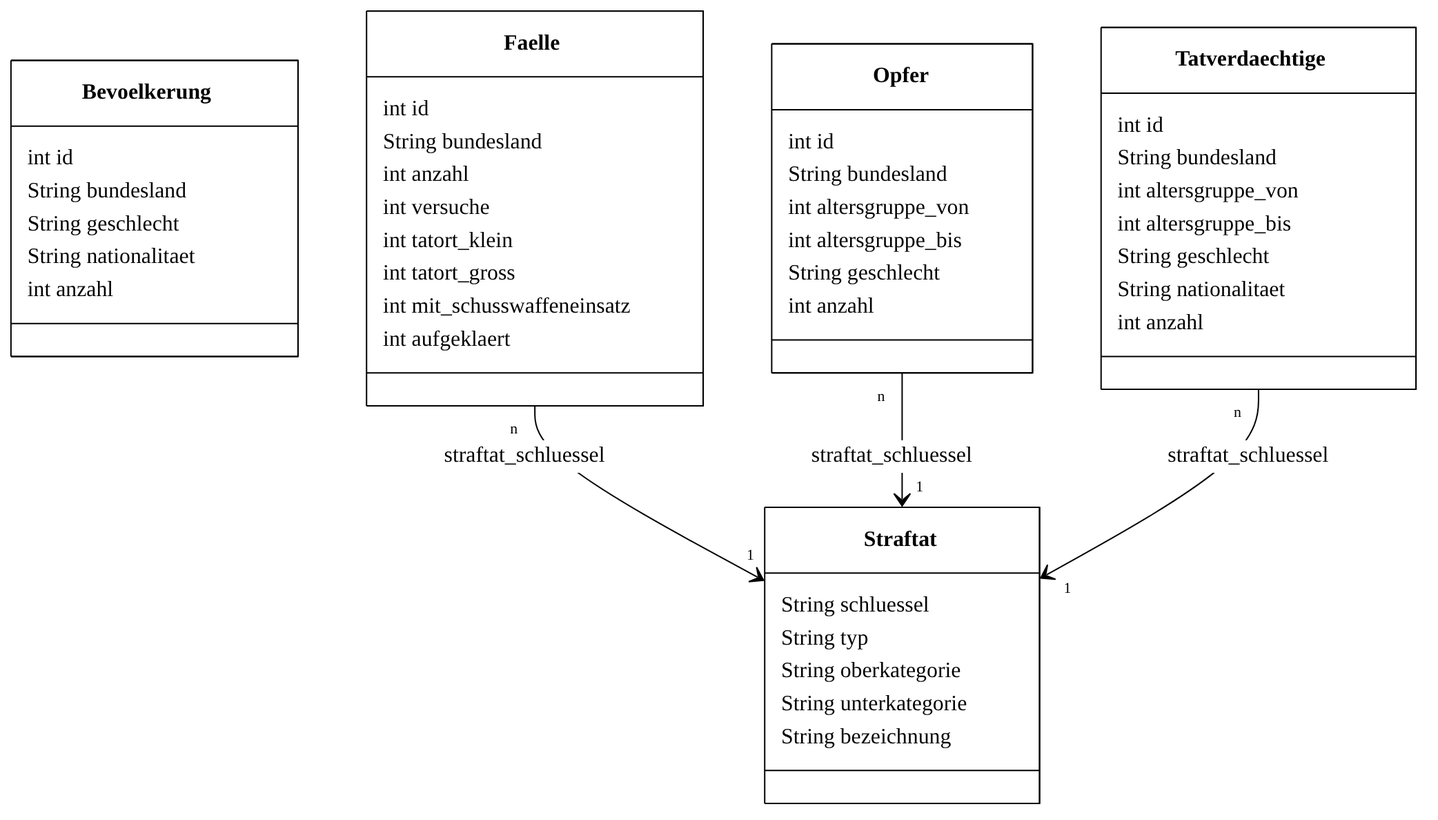
Before: dbiu_databases/straftaten.png, a diagram exported from Mermaid (ValentinHerrmann/dbiu_databases). Its source is kept beside it as dbiu_databases/straftaten.mmd.
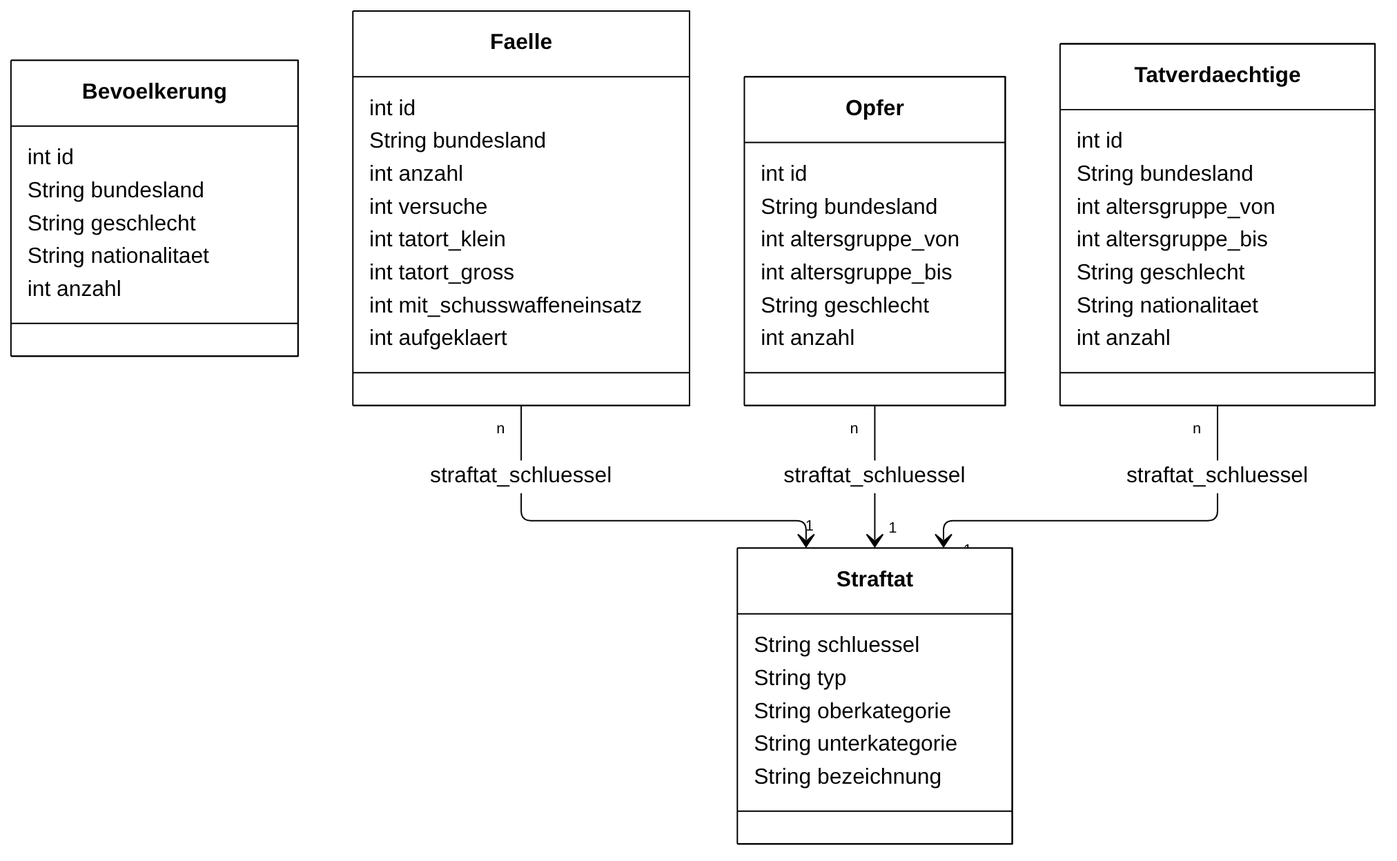
Above is the later version.

The edit, as a diff of the source:
```diff
@@ -1,4 +1,4 @@
-%%{init: {"theme": "base", "themeVariables": {"primaryColor": "#ffffff", "mainBkg": "#ffffff", "primaryBorderColor": "#000000", "nodeBorder": "#000000", "lineColor": "#000000", "primaryTextColor": "#000000", "textColor": "#000000", "edgeLabelBackground": "#ffffff", "fontFamily": "Arial, sans-serif"}, "class": {"hideEmptyMembersBox": true, "useMaxWidth": false}}}%%
+%%{init: {"fontFamily": "Liberation Sans, Arial, Helvetica, sans-serif", "theme": "base", "themeVariables": {"primaryColor": "#ffffff", "mainBkg": "#ffffff", "primaryBorderColor": "#000000", "nodeBorder": "#000000", "lineColor": "#000000", "primaryTextColor": "#000000", "textColor": "#000000", "edgeLabelBackground": "#ffffff", "fontFamily": "Liberation Sans, Arial, Helvetica, sans-serif"}, "class": {"hideEmptyMembersBox": true, "useMaxWidth": false}}}%%
 classDiagram
   direction TB
   class Straftat {
```
